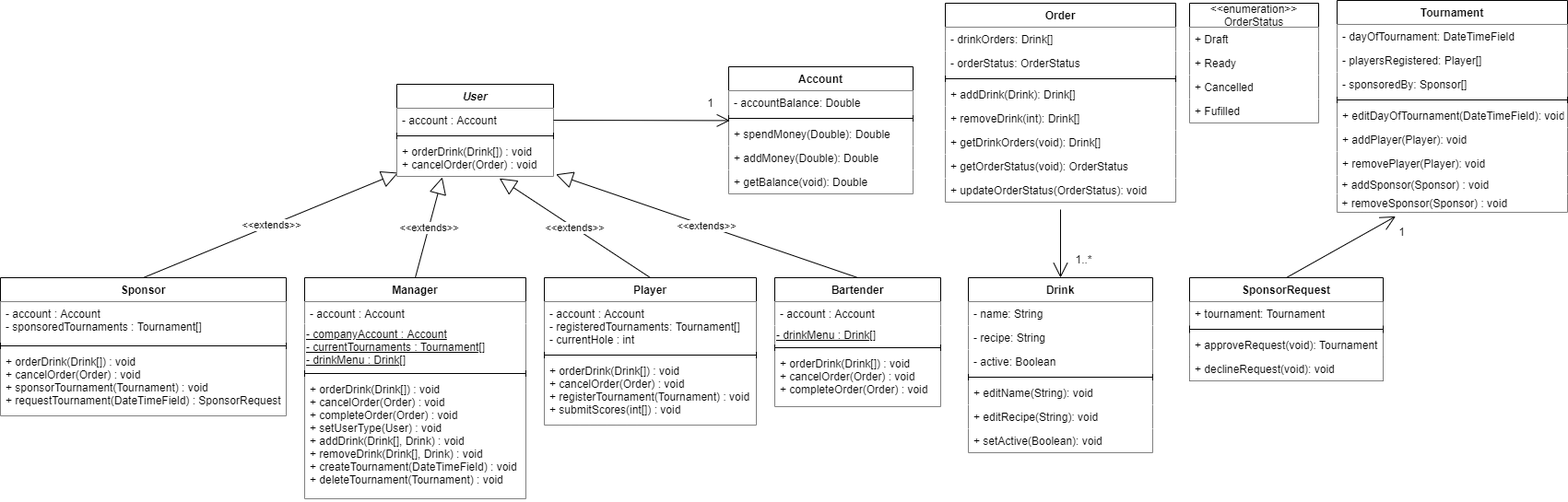
This is docs/Class Diagram.png from bsponny/SipNChip, a draw.io export, as it was before one commit. Source tidied: cells renumbered, new cells last; positions are measured from the earlier drawing's top-left corner, leaving out a move shared by most shapes.
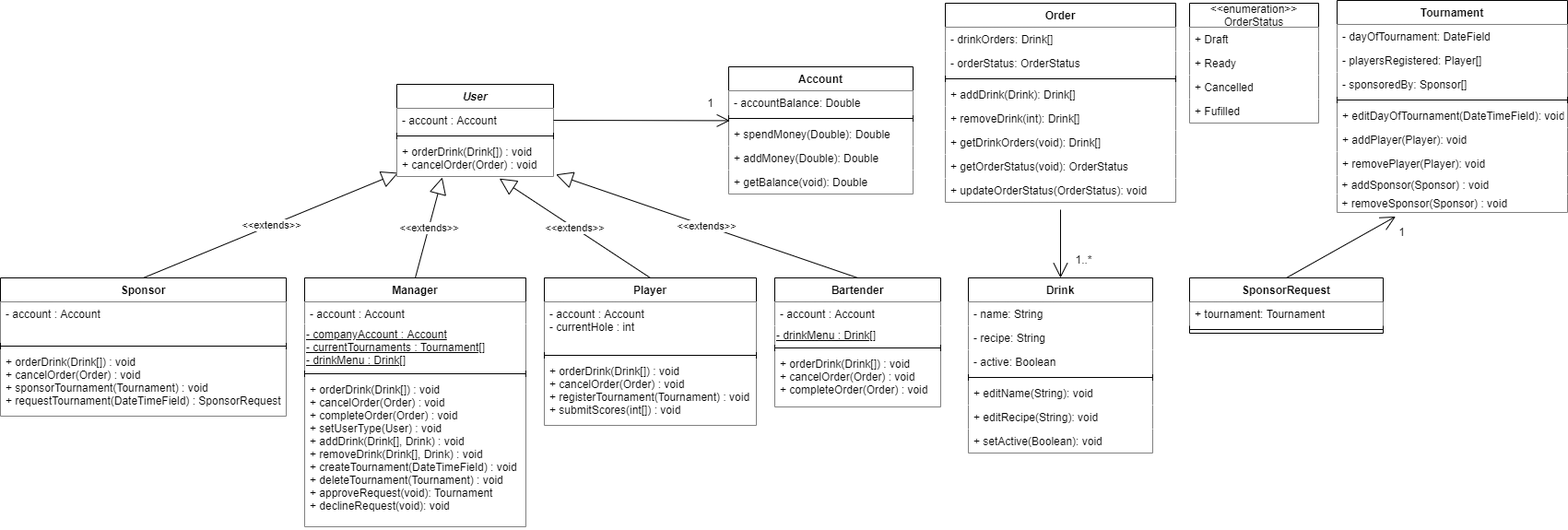
After the commit.

The edit, as a diff of the source:
```diff
@@ -29,7 +29,7 @@
     <mxCell id="10" value="Sponsor" style="swimlane;fontStyle=1;align=center;verticalAlign=top;horizontal=1;startSize=26;fillColor=#FFFFFF;" parent="1" vertex="1">
       <mxGeometry y="301" width="310" height="150" as="geometry" />
     </mxCell>
-    <mxCell id="11" value="- account : Account&#10;- sponsoredTournaments : Tournament[]" style="text;strokeColor=none;fillColor=#FFFFFF;align=left;verticalAlign=top;spacingLeft=4;spacingRight=4;overflow=hidden;" parent="10" vertex="1">
+    <mxCell id="11" value="- account : Account" style="text;strokeColor=none;fillColor=#FFFFFF;align=left;verticalAlign=top;spacingLeft=4;spacingRight=4;overflow=hidden;" parent="10" vertex="1">
       <mxGeometry y="26" width="310" height="44" as="geometry" />
     </mxCell>
     <mxCell id="12" style="line;strokeWidth=1;fillColor=#FFFFFF;align=left;verticalAlign=middle;spacingTop=-1;spacingLeft=3;spacingRight=3;labelPosition=right;" parent="10" vertex="1">
@@ -39,7 +39,7 @@
       <mxGeometry y="78" width="310" height="72" as="geometry" />
     </mxCell>
     <mxCell id="14" value="Manager" style="swimlane;fontStyle=1;align=center;verticalAlign=top;horizontal=1;startSize=26;fillColor=#FFFFFF;" parent="1" vertex="1">
-      <mxGeometry x="330" y="301" width="240" height="240" as="geometry" />
+      <mxGeometry x="330" y="301" width="240" height="270" as="geometry" />
     </mxCell>
     <mxCell id="15" value="- account : Account" style="text;strokeColor=none;fillColor=#FFFFFF;align=left;verticalAlign=top;spacingLeft=4;spacingRight=4;overflow=hidden;" parent="14" vertex="1">
       <mxGeometry y="26" width="240" height="24" as="geometry" />
@@ -50,13 +50,13 @@
     <mxCell id="17" style="line;strokeWidth=1;fillColor=#FFFFFF;align=left;verticalAlign=middle;spacingTop=-1;spacingLeft=3;spacingRight=3;labelPosition=right;" parent="14" vertex="1">
       <mxGeometry y="100" width="240" height="8" as="geometry" />
     </mxCell>
-    <mxCell id="18" value="+ orderDrink(Drink[]) : void&#10;+ cancelOrder(Order) : void&#10;+ completeOrder(Order) : void&#10;+ setUserType(User) : void&#10;+ addDrink(Drink[], Drink) : void&#10;+ removeDrink(Drink[], Drink) : void&#10;+ createTournament(DateTimeField) : void&#10;+ deleteTournament(Tournament) : void" style="text;strokeColor=none;fillColor=#FFFFFF;align=left;verticalAlign=top;spacingLeft=4;spacingRight=4;overflow=hidden;" parent="14" vertex="1">
-      <mxGeometry y="108" width="240" height="132" as="geometry" />
+    <mxCell id="18" value="+ orderDrink(Drink[]) : void&#10;+ cancelOrder(Order) : void&#10;+ completeOrder(Order) : void&#10;+ setUserType(User) : void&#10;+ addDrink(Drink[], Drink) : void&#10;+ removeDrink(Drink[], Drink) : void&#10;+ createTournament(DateTimeField) : void&#10;+ deleteTournament(Tournament) : void&#10;+ approveRequest(void): Tournament&#10;+ declineRequest(void): void" style="text;strokeColor=none;fillColor=#FFFFFF;align=left;verticalAlign=top;spacingLeft=4;spacingRight=4;overflow=hidden;" parent="14" vertex="1">
+      <mxGeometry y="108" width="240" height="162" as="geometry" />
     </mxCell>
     <mxCell id="19" value="Player" style="swimlane;fontStyle=1;align=center;verticalAlign=top;horizontal=1;startSize=26;fillColor=#FFFFFF;" parent="1" vertex="1">
       <mxGeometry x="590" y="301" width="230" height="160" as="geometry" />
     </mxCell>
-    <mxCell id="20" value="- account : Account&#10;- registeredTournaments: Tournament[]&#10;- currentHole : int" style="text;strokeColor=none;fillColor=#FFFFFF;align=left;verticalAlign=top;spacingLeft=4;spacingRight=4;overflow=hidden;" parent="19" vertex="1">
+    <mxCell id="20" value="- account : Account&#10;- currentHole : int" style="text;strokeColor=none;fillColor=#FFFFFF;align=left;verticalAlign=top;spacingLeft=4;spacingRight=4;overflow=hidden;" parent="19" vertex="1">
       <mxGeometry y="26" width="230" height="54" as="geometry" />
     </mxCell>
     <mxCell id="21" style="line;strokeWidth=1;fillColor=#FFFFFF;align=left;verticalAlign=middle;spacingTop=-1;spacingLeft=3;spacingRight=3;labelPosition=right;" parent="19" vertex="1">
@@ -101,7 +101,7 @@
     <mxCell id="34" value="Tournament" style="swimlane;fontStyle=1;align=center;verticalAlign=top;horizontal=1;startSize=26;fillColor=#FFFFFF;" parent="1" vertex="1">
       <mxGeometry x="1450" width="250" height="230" as="geometry" />
     </mxCell>
-    <mxCell id="35" value="- dayOfTournament: DateTimeField" style="text;strokeColor=none;fillColor=#FFFFFF;align=left;verticalAlign=top;spacingLeft=4;spacingRight=4;overflow=hidden;" parent="34" vertex="1">
+    <mxCell id="35" value="- dayOfTournament: DateField" style="text;strokeColor=none;fillColor=#FFFFFF;align=left;verticalAlign=top;spacingLeft=4;spacingRight=4;overflow=hidden;" parent="34" vertex="1">
       <mxGeometry y="26" width="250" height="26" as="geometry" />
     </mxCell>
     <mxCell id="36" value="- playersRegistered: Player[]" style="text;strokeColor=none;fillColor=#FFFFFF;align=left;verticalAlign=top;spacingLeft=4;spacingRight=4;overflow=hidden;" parent="34" vertex="1">
@@ -201,7 +201,7 @@
       <mxGeometry relative="1" as="geometry" />
     </mxCell>
     <mxCell id="68" value="SponsorRequest" style="swimlane;fontStyle=1;align=center;verticalAlign=top;horizontal=1;startSize=26;fillColor=#FFFFFF;" parent="1" vertex="1">
-      <mxGeometry x="1290" y="301" width="210" height="112" as="geometry" />
+      <mxGeometry x="1290" y="301" width="210" height="60" as="geometry" />
     </mxCell>
     <mxCell id="69" value="+ tournament: Tournament" style="text;strokeColor=none;fillColor=#FFFFFF;align=left;verticalAlign=top;spacingLeft=4;spacingRight=4;overflow=hidden;" parent="68" vertex="1">
       <mxGeometry y="26" width="210" height="26" as="geometry" />
@@ -209,12 +209,6 @@
     <mxCell id="70" style="line;strokeWidth=1;fillColor=#FFFFFF;align=left;verticalAlign=middle;spacingTop=-1;spacingLeft=3;spacingRight=3;labelPosition=right;" parent="68" vertex="1">
       <mxGeometry y="52" width="210" height="8" as="geometry" />
     </mxCell>
-    <mxCell id="71" value="+ approveRequest(void): Tournament" style="text;strokeColor=none;fillColor=#FFFFFF;align=left;verticalAlign=top;spacingLeft=4;spacingRight=4;overflow=hidden;" parent="68" vertex="1">
-      <mxGeometry y="60" width="210" height="26" as="geometry" />
-    </mxCell>
-    <mxCell id="72" value="+ declineRequest(void): void" style="text;strokeColor=none;fillColor=#FFFFFF;align=left;verticalAlign=top;spacingLeft=4;spacingRight=4;overflow=hidden;" parent="68" vertex="1">
-      <mxGeometry y="86" width="210" height="26" as="geometry" />
-    </mxCell>
     <mxCell id="73" style="endArrow=open;endFill=1;endSize=12;html=1;exitX=1;exitY=0.5;exitDx=0;exitDy=0;entryX=0.006;entryY=0.8;entryDx=0;entryDy=0;entryPerimeter=0;fillColor=#FFFFFF;" parent="1" edge="1" source="7" target="30">
       <mxGeometry relative="1" as="geometry" />
     </mxCell>
```
